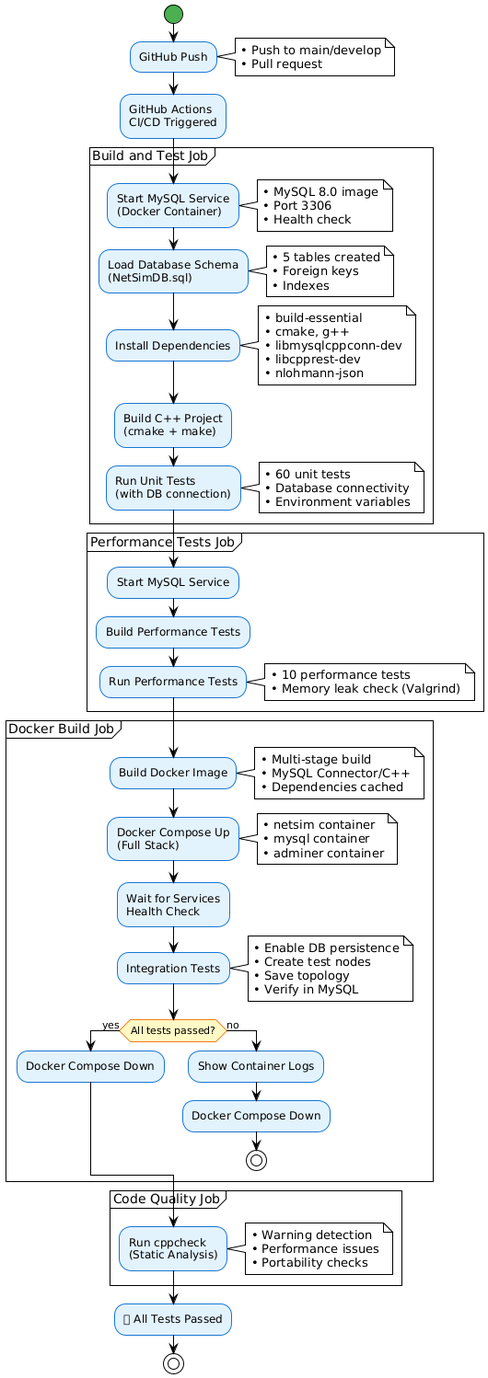
The PlantUML diagram docs/UML/cicd_pipeline.png in UmarlyPoeta/inzynieria_oprogramowania, before a commit. Its source is kept beside it as docs/cicd_pipeline.puml. Its diagram source:
```plantuml
@startuml cicd_pipeline
!theme plain
skinparam activity {
  BackgroundColor #E3F2FD
  BorderColor #1976D2
  FontColor #000000
  DiamondBackgroundColor #FFF9C4
  DiamondBorderColor #F57F17
  StartColor #4CAF50
  EndColor #4CAF50
}

start

:GitHub Push;
note right
  • Push to main/develop
  • Pull request
end note

:GitHub Actions\nCI/CD Triggered;

partition "Build and Test Job" {
  :Start MySQL Service\n(Docker Container);
  note right
    • MySQL 8.0 image
    • Port 3306
    • Health check
  end note

  :Load Database Schema\n(NetSimDB.sql);
  note right
    • 5 tables created
    • Foreign keys
    • Indexes
  end note

  :Install Dependencies;
  note right
    • build-essential
    • cmake, g++
    • libmysqlcppconn-dev
    • libcpprest-dev
    • nlohmann-json
  end note

  :Build C++ Project\n(cmake + make);

  :Run Unit Tests\n(with DB connection);
  note right
    • 60 unit tests
    • Database connectivity
    • Environment variables
  end note
}

partition "Performance Tests Job" {
  :Start MySQL Service;

  :Build Performance Tests;

  :Run Performance Tests;
  note right
    • 10 performance tests
    • Memory leak check (Valgrind)
  end note
}

partition "Docker Build Job" {
  :Build Docker Image;
  note right
    • Multi-stage build
    • MySQL Connector/C++
    • Dependencies cached
  end note

  :Docker Compose Up\n(Full Stack);
  note right
    • netsim container
    • mysql container
    • adminer container
  end note

  :Wait for Services\nHealth Check;

  :Integration Tests;
  note right
    • Enable DB persistence
    • Create test nodes
    • Save topology
    • Verify in MySQL
  end note

  if (All tests passed?) then (yes)
    :Docker Compose Down;
  else (no)
    :Show Container Logs;
    :Docker Compose Down;
    stop
  endif
}

partition "Code Quality Job" {
  :Run cppcheck\n(Static Analysis);
  note right
    • Warning detection
    • Performance issues
    • Portability checks
  end note
}

:✅ All Tests Passed;

stop

@enduml
```
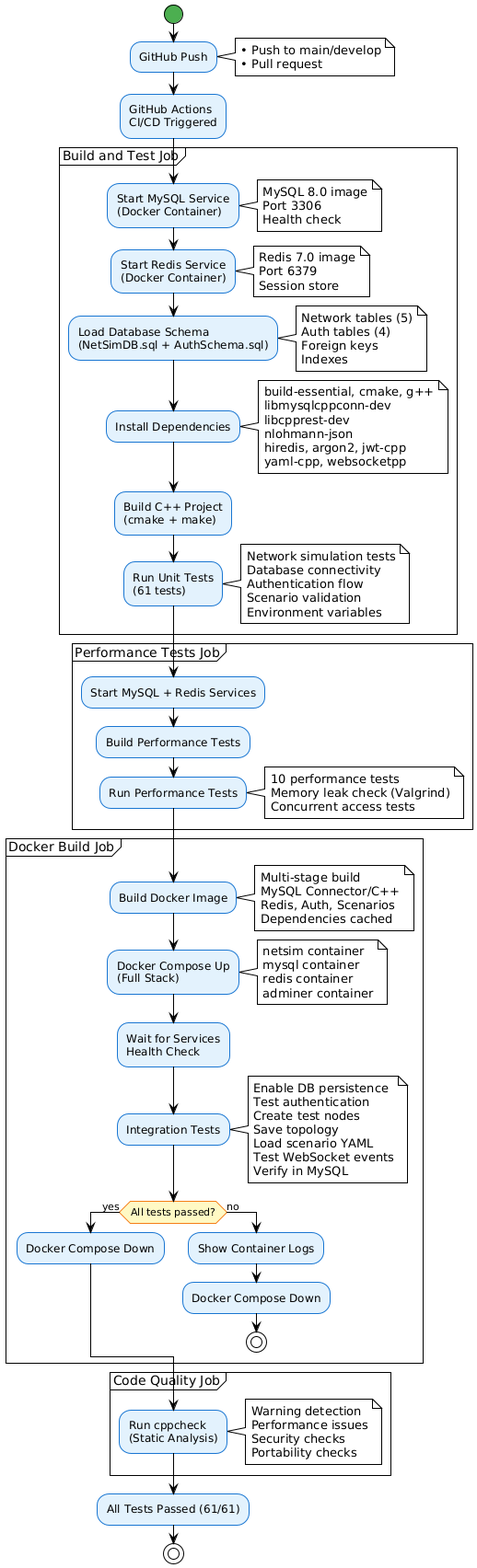
The same diagram one commit later.

Change to the diagram source:
```diff
@@ -23,72 +23,89 @@
 partition "Build and Test Job" {
   :Start MySQL Service\n(Docker Container);
   note right
-    • MySQL 8.0 image
-    • Port 3306
-    • Health check
+    MySQL 8.0 image
+    Port 3306
+    Health check
   end note
 
-  :Load Database Schema\n(NetSimDB.sql);
+  :Start Redis Service\n(Docker Container);
   note right
-    • 5 tables created
-    • Foreign keys
-    • Indexes
+    Redis 7.0 image
+    Port 6379
+    Session store
+  end note
+
+  :Load Database Schema\n(NetSimDB.sql + AuthSchema.sql);
+  note right
+    Network tables (5)
+    Auth tables (4)
+    Foreign keys
+    Indexes
   end note
 
   :Install Dependencies;
   note right
-    • build-essential
-    • cmake, g++
-    • libmysqlcppconn-dev
-    • libcpprest-dev
-    • nlohmann-json
+    build-essential, cmake, g++
+    libmysqlcppconn-dev
+    libcpprest-dev
+    nlohmann-json
+    hiredis, argon2, jwt-cpp
+    yaml-cpp, websocketpp
   end note
 
   :Build C++ Project\n(cmake + make);
 
-  :Run Unit Tests\n(with DB connection);
+  :Run Unit Tests\n(61 tests);
   note right
-    • 60 unit tests
-    • Database connectivity
-    • Environment variables
+    Network simulation tests
+    Database connectivity
+    Authentication flow
+    Scenario validation
+    Environment variables
   end note
 }
 
 partition "Performance Tests Job" {
-  :Start MySQL Service;
+  :Start MySQL + Redis Services;
 
   :Build Performance Tests;
 
   :Run Performance Tests;
   note right
-    • 10 performance tests
-    • Memory leak check (Valgrind)
+    10 performance tests
+    Memory leak check (Valgrind)
+    Concurrent access tests
   end note
 }
 
 partition "Docker Build Job" {
   :Build Docker Image;
   note right
-    • Multi-stage build
-    • MySQL Connector/C++
-    • Dependencies cached
+    Multi-stage build
+    MySQL Connector/C++
+    Redis, Auth, Scenarios
+    Dependencies cached
   end note
 
   :Docker Compose Up\n(Full Stack);
   note right
-    • netsim container
-    • mysql container
-    • adminer container
+    netsim container
+    mysql container
+    redis container
+    adminer container
   end note
 
   :Wait for Services\nHealth Check;
 
   :Integration Tests;
   note right
-    • Enable DB persistence
-    • Create test nodes
-    • Save topology
-    • Verify in MySQL
+    Enable DB persistence
+    Test authentication
+    Create test nodes
+    Save topology
+    Load scenario YAML
+    Test WebSocket events
+    Verify in MySQL
   end note
 
   if (All tests passed?) then (yes)
@@ -103,13 +120,14 @@
 partition "Code Quality Job" {
   :Run cppcheck\n(Static Analysis);
   note right
-    • Warning detection
-    • Performance issues
-    • Portability checks
+    Warning detection
+    Performance issues
+    Security checks
+    Portability checks
   end note
 }
 
-:✅ All Tests Passed;
+:All Tests Passed (61/61);
 
 stop
 
```
